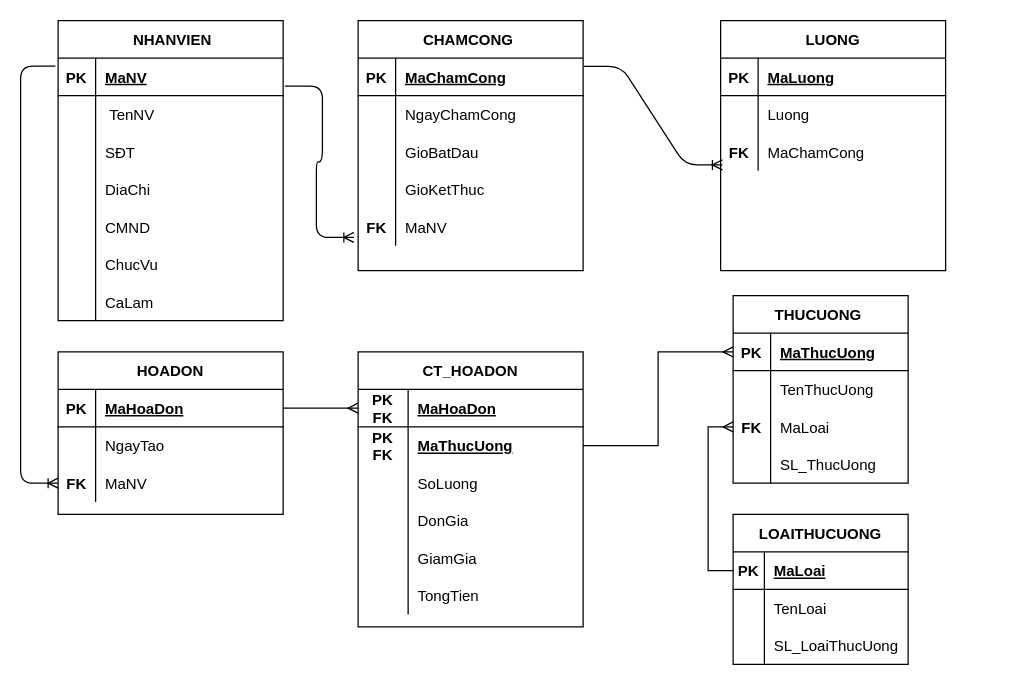
This is Draw.io/ERD.drawio from TruongNguyenYenNhi/PTTK-QL-b-n-h-ng, a draw.io file, before an edit. Source tidied: cells renumbered, new cells numbered last; positions are measured from the earlier drawing's top-left corner, leaving out a move shared by most shapes. Both pictures are drawn from the tidied source at 125%, with x=0, y=0 at pixel (20, 20).
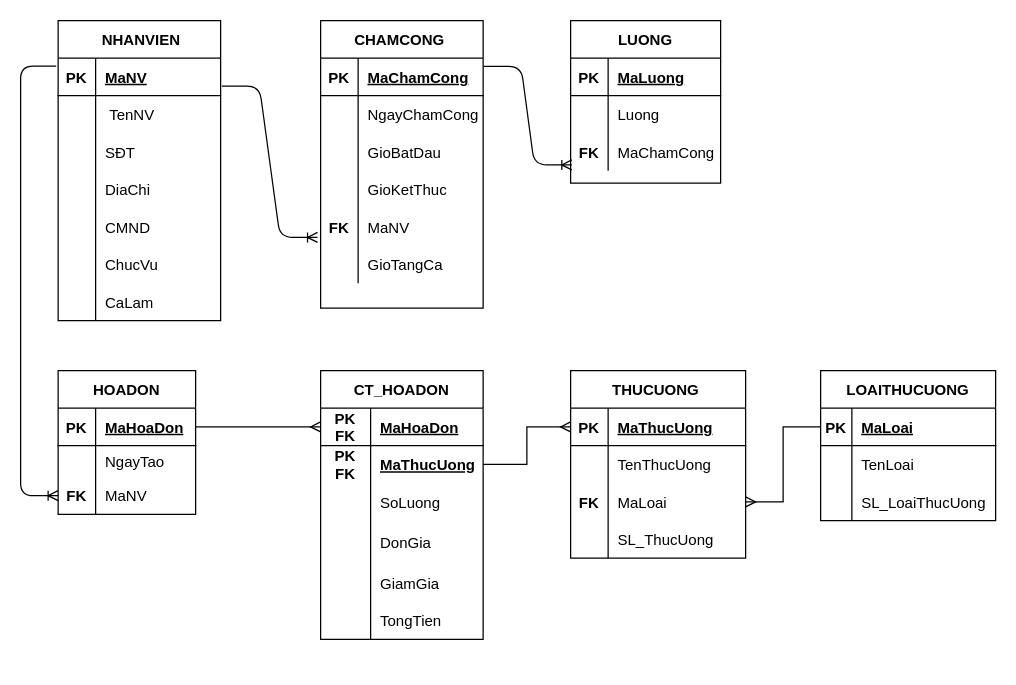
Above is the later version.

The change refers to these unchanged cells:
```xml
<mxCell id="51" style="shape=partialRectangle;fillColor=none;top=0;left=0;bottom=1;right=0;points=[[0,0.5],[1,0.5]];portConstraint=eastwest;" parent="50" vertex="1">
  <mxGeometry y="30" width="140" height="30" as="geometry" />
</mxCell>
<mxCell id="57" style="shape=partialRectangle;fillColor=none;top=0;left=0;bottom=0;right=0;points=[[0,0.5],[1,0.5]];portConstraint=eastwest;" parent="50" vertex="1">
  <mxGeometry y="90" width="140" height="30" as="geometry" />
</mxCell>
<mxCell id="93" style="shape=partialRectangle;fillColor=none;top=0;left=0;bottom=1;right=0;points=[[0,0.5],[1,0.5]];portConstraint=eastwest;" parent="92" vertex="1">
  <mxGeometry y="30" width="140" height="30" as="geometry" />
</mxCell>
```

Change to the diagram source:
```diff
@@
     <mxCell id="2" value=" NHANVIEN" style="shape=table;startSize=30;childLayout=tableLayout;rowLines=0;fontStyle=1;align=center;" parent="1" vertex="1">
-      <mxGeometry x="30" width="180" height="240" as="geometry" />
+      <mxGeometry x="30" width="130" height="240" as="geometry" />
     </mxCell>
     <mxCell id="3" style="shape=partialRectangle;fillColor=none;top=0;left=0;bottom=1;right=0;points=[[0,0.5],[1,0.5]];portConstraint=eastwest;" parent="2" vertex="1">
-      <mxGeometry y="30" width="180" height="30" as="geometry" />
+      <mxGeometry y="30" width="130" height="30" as="geometry" />
     </mxCell>
@@
     <mxCell id="5" value="MaNV" style="shape=partialRectangle;fillColor=none;top=0;left=0;bottom=0;right=0;align=left;spacingLeft=6;fontStyle=5;overflow=hidden;" parent="3" vertex="1">
-      <mxGeometry x="30" width="150" height="30" as="geometry" />
+      <mxGeometry x="30" width="100" height="30" as="geometry" />
     </mxCell>
     <mxCell id="6" style="shape=partialRectangle;fillColor=none;top=0;left=0;bottom=0;right=0;" parent="2" vertex="1">
-      <mxGeometry y="60" width="180" height="30" as="geometry" />
+      <mxGeometry y="60" width="130" height="30" as="geometry" />
     </mxCell>
@@
     <mxCell id="8" value=" TenNV" style="shape=partialRectangle;fillColor=none;top=0;left=0;bottom=0;right=0;align=left;spacingLeft=6;overflow=hidden;" parent="6" vertex="1">
-      <mxGeometry x="30" width="150" height="30" as="geometry" />
+      <mxGeometry x="30" width="100" height="30" as="geometry" />
     </mxCell>
     <mxCell id="9" style="shape=partialRectangle;fillColor=none;top=0;left=0;bottom=0;right=0;" parent="2" vertex="1">
-      <mxGeometry y="90" width="180" height="30" as="geometry" />
+      <mxGeometry y="90" width="130" height="30" as="geometry" />
     </mxCell>
@@
     <mxCell id="11" value="SĐT" style="shape=partialRectangle;fillColor=none;top=0;left=0;bottom=0;right=0;align=left;spacingLeft=6;overflow=hidden;" parent="9" vertex="1">
-      <mxGeometry x="30" width="150" height="30" as="geometry" />
+      <mxGeometry x="30" width="100" height="30" as="geometry" />
     </mxCell>
     <mxCell id="12" style="shape=partialRectangle;fillColor=none;top=0;left=0;bottom=0;right=0;" parent="2" vertex="1">
-      <mxGeometry y="120" width="180" height="30" as="geometry" />
+      <mxGeometry y="120" width="130" height="30" as="geometry" />
     </mxCell>
@@
     <mxCell id="14" value="DiaChi" style="shape=partialRectangle;fillColor=none;top=0;left=0;bottom=0;right=0;align=left;spacingLeft=6;overflow=hidden;" parent="12" vertex="1">
-      <mxGeometry x="30" width="150" height="30" as="geometry" />
+      <mxGeometry x="30" width="100" height="30" as="geometry" />
     </mxCell>
     <mxCell id="15" style="shape=partialRectangle;fillColor=none;top=0;left=0;bottom=0;right=0;" parent="2" vertex="1">
-      <mxGeometry y="150" width="180" height="30" as="geometry" />
+      <mxGeometry y="150" width="130" height="30" as="geometry" />
     </mxCell>
@@
     <mxCell id="17" value="CMND" style="shape=partialRectangle;fillColor=none;top=0;left=0;bottom=0;right=0;align=left;spacingLeft=6;overflow=hidden;" parent="15" vertex="1">
-      <mxGeometry x="30" width="150" height="30" as="geometry" />
+      <mxGeometry x="30" width="100" height="30" as="geometry" />
     </mxCell>
     <mxCell id="18" style="shape=partialRectangle;fillColor=none;top=0;left=0;bottom=0;right=0;" parent="2" vertex="1">
-      <mxGeometry y="180" width="180" height="30" as="geometry" />
+      <mxGeometry y="180" width="130" height="30" as="geometry" />
     </mxCell>
@@
     <mxCell id="20" value="ChucVu" style="shape=partialRectangle;fillColor=none;top=0;left=0;bottom=0;right=0;align=left;spacingLeft=6;overflow=hidden;" parent="18" vertex="1">
-      <mxGeometry x="30" width="150" height="30" as="geometry" />
+      <mxGeometry x="30" width="100" height="30" as="geometry" />
     </mxCell>
     <mxCell id="21" style="shape=partialRectangle;fillColor=none;top=0;left=0;bottom=0;right=0;" parent="2" vertex="1">
-      <mxGeometry y="210" width="180" height="30" as="geometry" />
+      <mxGeometry y="210" width="130" height="30" as="geometry" />
     </mxCell>
@@
     <mxCell id="23" value="CaLam" style="shape=partialRectangle;fillColor=none;top=0;left=0;bottom=0;right=0;align=left;spacingLeft=6;overflow=hidden;" parent="21" vertex="1">
-      <mxGeometry x="30" width="150" height="30" as="geometry" />
+      <mxGeometry x="30" width="100" height="30" as="geometry" />
     </mxCell>
     <mxCell id="24" value="CHAMCONG " style="shape=table;startSize=30;childLayout=tableLayout;rowLines=0;fontStyle=1;align=center;" parent="1" vertex="1">
-      <mxGeometry x="270" width="180" height="200" as="geometry" />
+      <mxGeometry x="240" width="130" height="230" as="geometry" />
     </mxCell>
     <mxCell id="25" style="shape=partialRectangle;fillColor=none;top=0;left=0;bottom=1;right=0;points=[[0,0.5],[1,0.5]];portConstraint=eastwest;" parent="24" vertex="1">
-      <mxGeometry y="30" width="180" height="30" as="geometry" />
+      <mxGeometry y="30" width="130" height="30" as="geometry" />
     </mxCell>
@@
     <mxCell id="27" value="MaChamCong" style="shape=partialRectangle;fillColor=none;top=0;left=0;bottom=0;right=0;align=left;spacingLeft=6;fontStyle=5;overflow=hidden;" parent="25" vertex="1">
-      <mxGeometry x="30" width="150" height="30" as="geometry" />
+      <mxGeometry x="30" width="100" height="30" as="geometry" />
     </mxCell>
     <mxCell id="28" style="shape=partialRectangle;fillColor=none;top=0;left=0;bottom=0;right=0;" parent="24" vertex="1">
-      <mxGeometry y="60" width="180" height="30" as="geometry" />
+      <mxGeometry y="60" width="130" height="30" as="geometry" />
     </mxCell>
@@
     <mxCell id="30" value="NgayChamCong" style="shape=partialRectangle;fillColor=none;top=0;left=0;bottom=0;right=0;align=left;spacingLeft=6;overflow=hidden;" parent="28" vertex="1">
-      <mxGeometry x="30" width="150" height="30" as="geometry" />
+      <mxGeometry x="30" width="100" height="30" as="geometry" />
     </mxCell>
     <mxCell id="31" style="shape=partialRectangle;fillColor=none;top=0;left=0;bottom=0;right=0;" parent="24" vertex="1">
-      <mxGeometry y="90" width="180" height="30" as="geometry" />
+      <mxGeometry y="90" width="130" height="30" as="geometry" />
     </mxCell>
@@
     <mxCell id="33" value="GioBatDau" style="shape=partialRectangle;fillColor=none;top=0;left=0;bottom=0;right=0;align=left;spacingLeft=6;overflow=hidden;" parent="31" vertex="1">
-      <mxGeometry x="30" width="150" height="30" as="geometry" />
+      <mxGeometry x="30" width="100" height="30" as="geometry" />
     </mxCell>
     <mxCell id="34" style="shape=partialRectangle;fillColor=none;top=0;left=0;bottom=0;right=0;" parent="24" vertex="1">
-      <mxGeometry y="120" width="180" height="30" as="geometry" />
+      <mxGeometry y="120" width="130" height="30" as="geometry" />
     </mxCell>
@@
     <mxCell id="36" value="GioKetThuc" style="shape=partialRectangle;fillColor=none;top=0;left=0;bottom=0;right=0;align=left;spacingLeft=6;overflow=hidden;" parent="34" vertex="1">
-      <mxGeometry x="30" width="150" height="30" as="geometry" />
+      <mxGeometry x="30" width="100" height="30" as="geometry" />
     </mxCell>
     <mxCell id="37" style="shape=partialRectangle;fillColor=none;top=0;left=0;bottom=0;right=0;points=[[0,0.5],[1,0.5]];portConstraint=eastwest;" parent="24" vertex="1">
-      <mxGeometry y="150" width="180" height="30" as="geometry" />
+      <mxGeometry y="150" width="130" height="30" as="geometry" />
     </mxCell>
@@
     <mxCell id="39" value="MaNV" style="shape=partialRectangle;fillColor=none;top=0;left=0;bottom=0;right=0;align=left;spacingLeft=6;overflow=hidden;" parent="37" vertex="1">
-      <mxGeometry x="30" width="150" height="30" as="geometry" />
+      <mxGeometry x="30" width="100" height="30" as="geometry" />
     </mxCell>
+    <mxCell id="108" style="shape=partialRectangle;fillColor=none;top=0;left=0;bottom=0;right=0;" parent="24" vertex="1">
+      <mxGeometry y="180" width="130" height="30" as="geometry" />
+    </mxCell>
+    <mxCell id="109" style="shape=partialRectangle;fillColor=none;top=0;left=0;bottom=0;right=0;overflow=hidden;" parent="108" vertex="1">
+      <mxGeometry width="30" height="30" as="geometry" />
+    </mxCell>
+    <mxCell id="110" value="GioTangCa" style="shape=partialRectangle;fillColor=none;top=0;left=0;bottom=0;right=0;align=left;spacingLeft=6;overflow=hidden;" parent="108" vertex="1">
+      <mxGeometry x="30" width="100" height="30" as="geometry" />
+    </mxCell>
     <mxCell id="40" value="LUONG" style="shape=table;startSize=30;childLayout=tableLayout;rowLines=0;fontStyle=1;align=center;" parent="1" vertex="1">
-      <mxGeometry x="560" width="180" height="200" as="geometry" />
+      <mxGeometry x="440" width="120" height="130" as="geometry" />
     </mxCell>
     <mxCell id="41" style="shape=partialRectangle;fillColor=none;top=0;left=0;bottom=1;right=0;" parent="40" vertex="1">
-      <mxGeometry y="30" width="180" height="30" as="geometry" />
+      <mxGeometry y="30" width="120" height="30" as="geometry" />
     </mxCell>
@@
     <mxCell id="43" value="MaLuong" style="shape=partialRectangle;fillColor=none;top=0;left=0;bottom=0;right=0;align=left;spacingLeft=6;fontStyle=5;overflow=hidden;" parent="41" vertex="1">
-      <mxGeometry x="30" width="150" height="30" as="geometry" />
+      <mxGeometry x="30" width="90" height="30" as="geometry" />
     </mxCell>
     <mxCell id="44" style="shape=partialRectangle;fillColor=none;top=0;left=0;bottom=0;right=0;" parent="40" vertex="1">
-      <mxGeometry y="60" width="180" height="30" as="geometry" />
+      <mxGeometry y="60" width="120" height="30" as="geometry" />
     </mxCell>
@@
     <mxCell id="46" value="Luong" style="shape=partialRectangle;fillColor=none;top=0;left=0;bottom=0;right=0;align=left;spacingLeft=6;overflow=hidden;" parent="44" vertex="1">
-      <mxGeometry x="30" width="150" height="30" as="geometry" />
+      <mxGeometry x="30" width="90" height="30" as="geometry" />
     </mxCell>
     <mxCell id="47" style="shape=partialRectangle;fillColor=none;top=0;left=0;bottom=0;right=0;points=[[0,0.5],[1,0.5]];portConstraint=eastwest;" parent="40" vertex="1">
-      <mxGeometry y="90" width="180" height="30" as="geometry" />
+      <mxGeometry y="90" width="120" height="30" as="geometry" />
     </mxCell>
@@
     <mxCell id="49" value="MaChamCong" style="shape=partialRectangle;fillColor=none;top=0;left=0;bottom=0;right=0;align=left;spacingLeft=6;overflow=hidden;" parent="47" vertex="1">
-      <mxGeometry x="30" width="150" height="30" as="geometry" />
+      <mxGeometry x="30" width="90" height="30" as="geometry" />
     </mxCell>
     <mxCell id="50" value="THUCUONG " style="shape=table;startSize=30;childLayout=tableLayout;rowLines=0;fontStyle=1;align=center;" parent="1" vertex="1">
-      <mxGeometry x="570" y="220" width="140" height="150" as="geometry" />
+      <mxGeometry x="440" y="280" width="140" height="150" as="geometry" />
     </mxCell>
@@
     <mxCell id="63" value="CT_HOADON" style="shape=table;startSize=30;childLayout=tableLayout;rowLines=0;fontStyle=1;align=center;" parent="1" vertex="1">
-      <mxGeometry x="270" y="265" width="180" height="220" as="geometry" />
+      <mxGeometry x="240" y="280" width="130" height="215" as="geometry" />
     </mxCell>
     <mxCell id="64" style="shape=partialRectangle;fillColor=none;top=0;left=0;bottom=1;right=0;points=[[0,0.5],[1,0.5]];portConstraint=eastwest;" parent="63" vertex="1">
-      <mxGeometry y="30" width="180" height="30" as="geometry" />
+      <mxGeometry y="30" width="130" height="30" as="geometry" />
     </mxCell>
@@
     <mxCell id="66" value="MaHoaDon" style="shape=partialRectangle;fillColor=none;top=0;left=0;bottom=0;right=0;align=left;spacingLeft=6;fontStyle=5;overflow=hidden;" parent="64" vertex="1">
-      <mxGeometry x="40" width="140" height="30" as="geometry" />
+      <mxGeometry x="40" width="90" height="30" as="geometry" />
     </mxCell>
     <mxCell id="67" style="shape=partialRectangle;fillColor=none;top=0;left=0;bottom=0;right=0;points=[[0,0.5],[1,0.5]];portConstraint=eastwest;" parent="63" vertex="1">
-      <mxGeometry y="60" width="180" height="30" as="geometry" />
+      <mxGeometry y="60" width="130" height="30" as="geometry" />
     </mxCell>
@@
     <mxCell id="69" value="MaThucUong" style="shape=partialRectangle;fillColor=none;top=0;left=0;bottom=0;right=0;align=left;spacingLeft=6;overflow=hidden;fontStyle=5;" parent="67" vertex="1">
-      <mxGeometry x="40" width="140" height="30" as="geometry" />
+      <mxGeometry x="40" width="90" height="30" as="geometry" />
     </mxCell>
     <mxCell id="70" style="shape=partialRectangle;fillColor=none;top=0;left=0;bottom=0;right=0;" parent="63" vertex="1">
-      <mxGeometry y="90" width="180" height="30" as="geometry" />
+      <mxGeometry y="90" width="130" height="30" as="geometry" />
     </mxCell>
@@
     <mxCell id="72" value="SoLuong" style="shape=partialRectangle;fillColor=none;top=0;left=0;bottom=0;right=0;align=left;spacingLeft=6;overflow=hidden;" parent="70" vertex="1">
-      <mxGeometry x="40" width="140" height="30" as="geometry" />
+      <mxGeometry x="40" width="90" height="30" as="geometry" />
     </mxCell>
     <mxCell id="73" style="shape=partialRectangle;fillColor=none;top=0;left=0;bottom=0;right=0;" parent="63" vertex="1">
-      <mxGeometry y="120" width="180" height="30" as="geometry" />
+      <mxGeometry y="120" width="130" height="35" as="geometry" />
     </mxCell>
     <mxCell id="74" style="shape=partialRectangle;fillColor=none;top=0;left=0;bottom=0;right=0;overflow=hidden;" parent="73" vertex="1">
-      <mxGeometry width="40" height="30" as="geometry" />
+      <mxGeometry width="40" height="35" as="geometry" />
     </mxCell>
     <mxCell id="75" value="DonGia" style="shape=partialRectangle;fillColor=none;top=0;left=0;bottom=0;right=0;align=left;spacingLeft=6;overflow=hidden;" parent="73" vertex="1">
-      <mxGeometry x="40" width="140" height="30" as="geometry" />
+      <mxGeometry x="40" width="90" height="35" as="geometry" />
     </mxCell>
     <mxCell id="76" style="shape=partialRectangle;fillColor=none;top=0;left=0;bottom=0;right=0;" parent="63" vertex="1">
-      <mxGeometry y="150" width="180" height="30" as="geometry" />
+      <mxGeometry y="155" width="130" height="30" as="geometry" />
     </mxCell>
@@
     <mxCell id="78" value="GiamGia" style="shape=partialRectangle;fillColor=none;top=0;left=0;bottom=0;right=0;align=left;spacingLeft=6;overflow=hidden;" parent="76" vertex="1">
-      <mxGeometry x="40" width="140" height="30" as="geometry" />
+      <mxGeometry x="40" width="90" height="30" as="geometry" />
     </mxCell>
     <mxCell id="79" style="shape=partialRectangle;fillColor=none;top=0;left=0;bottom=0;right=0;" parent="63" vertex="1">
-      <mxGeometry y="180" width="180" height="30" as="geometry" />
+      <mxGeometry y="185" width="130" height="30" as="geometry" />
     </mxCell>
@@
     <mxCell id="81" value="TongTien" style="shape=partialRectangle;fillColor=none;top=0;left=0;bottom=0;right=0;align=left;spacingLeft=6;overflow=hidden;" parent="79" vertex="1">
-      <mxGeometry x="40" width="140" height="30" as="geometry" />
+      <mxGeometry x="40" width="90" height="30" as="geometry" />
     </mxCell>
     <mxCell id="82" value="HOADON" style="shape=table;startSize=30;childLayout=tableLayout;rowLines=0;fontStyle=1;align=center;" parent="1" vertex="1">
-      <mxGeometry x="30" y="265" width="180" height="130" as="geometry" />
+      <mxGeometry x="30" y="280" width="110" height="115" as="geometry" />
     </mxCell>
     <mxCell id="83" style="shape=partialRectangle;fillColor=none;top=0;left=0;bottom=1;right=0;points=[[0,0.5],[1,0.5]];portConstraint=eastwest;" parent="82" vertex="1">
-      <mxGeometry y="30" width="180" height="30" as="geometry" />
+      <mxGeometry y="30" width="110" height="30" as="geometry" />
     </mxCell>
@@
     <mxCell id="85" value="MaHoaDon" style="shape=partialRectangle;fillColor=none;top=0;left=0;bottom=0;right=0;align=left;spacingLeft=6;fontStyle=5;overflow=hidden;" parent="83" vertex="1">
-      <mxGeometry x="30" width="150" height="30" as="geometry" />
+      <mxGeometry x="30" width="80" height="30" as="geometry" />
     </mxCell>
     <mxCell id="86" style="shape=partialRectangle;fillColor=none;top=0;left=0;bottom=0;right=0;" parent="82" vertex="1">
-      <mxGeometry y="60" width="180" height="30" as="geometry" />
+      <mxGeometry y="60" width="110" height="25" as="geometry" />
     </mxCell>
     <mxCell id="87" style="shape=partialRectangle;fillColor=none;top=0;left=0;bottom=0;right=0;overflow=hidden;" parent="86" vertex="1">
-      <mxGeometry width="30" height="30" as="geometry" />
+      <mxGeometry width="30" height="25" as="geometry" />
     </mxCell>
     <mxCell id="88" value="NgayTao" style="shape=partialRectangle;fillColor=none;top=0;left=0;bottom=0;right=0;align=left;spacingLeft=6;overflow=hidden;" parent="86" vertex="1">
-      <mxGeometry x="30" width="150" height="30" as="geometry" />
+      <mxGeometry x="30" width="80" height="25" as="geometry" />
     </mxCell>
     <mxCell id="89" style="shape=partialRectangle;fillColor=none;top=0;left=0;bottom=0;right=0;points=[[0,0.5],[1,0.5]];portConstraint=eastwest;" parent="82" vertex="1">
-      <mxGeometry y="90" width="180" height="30" as="geometry" />
+      <mxGeometry y="85" width="110" height="30" as="geometry" />
     </mxCell>
@@
     <mxCell id="91" value="MaNV" style="shape=partialRectangle;fillColor=none;top=0;left=0;bottom=0;right=0;align=left;spacingLeft=6;overflow=hidden;" parent="89" vertex="1">
-      <mxGeometry x="30" width="150" height="30" as="geometry" />
+      <mxGeometry x="30" width="80" height="30" as="geometry" />
     </mxCell>
     <mxCell id="92" value="LOAITHUCUONG" style="shape=table;startSize=30;childLayout=tableLayout;rowLines=0;fontStyle=1;align=center;" parent="1" vertex="1">
-      <mxGeometry x="570" y="395" width="140" height="120" as="geometry" />
+      <mxGeometry x="640" y="280" width="140" height="120" as="geometry" />
     </mxCell>
@@
     <mxCell id="104" style="edgeStyle=orthogonalEdgeStyle;fontSize=12;html=1;endArrow=ERoneToMany;exitX=-0.012;exitY=0.213;exitDx=0;exitDy=0;exitPerimeter=0;entryX=0;entryY=0.5;entryDx=0;entryDy=0;" parent="1" edge="1" source="3" target="89">
       <mxGeometry relative="1" as="geometry">
         <Array as="points">
           <mxPoint y="36" />
-          <mxPoint y="370" />
+          <mxPoint y="380" />
         </Array>
       </mxGeometry>
     </mxCell>
@@
-    <mxCell id="106" style="edgeStyle=orthogonalEdgeStyle;rounded=0;jettySize=auto;html=1;exitX=0;exitY=0.5;exitDx=0;exitDy=0;entryX=0;entryY=0.5;entryDx=0;entryDy=0;endArrow=ERmany;endFill=0;" parent="1" edge="1" source="93" target="57">
+    <mxCell id="106" style="edgeStyle=orthogonalEdgeStyle;rounded=0;jettySize=auto;html=1;exitX=0;exitY=0.5;exitDx=0;exitDy=0;entryX=1;entryY=0.5;entryDx=0;entryDy=0;endArrow=ERmany;endFill=0;" parent="1" edge="1" source="93" target="57">
       <mxGeometry relative="1" as="geometry" />
     </mxCell>
-    <mxCell id="107" style="edgeStyle=orthogonalEdgeStyle;rounded=0;jettySize=auto;html=1;exitX=1;exitY=0.5;exitDx=0;exitDy=0;entryX=0;entryY=0.5;entryDx=0;entryDy=0;endArrow=ERmany;endFill=0;" parent="1" edge="1" source="67" target="51">
+    <mxCell id="107" style="rounded=0;jettySize=auto;html=1;exitX=1;exitY=0.5;exitDx=0;exitDy=0;entryX=0;entryY=0.5;entryDx=0;entryDy=0;endArrow=ERmany;endFill=0;edgeStyle=orthogonalEdgeStyle;" parent="1" edge="1" source="67" target="51">
       <mxGeometry relative="1" as="geometry" />
     </mxCell>
```
